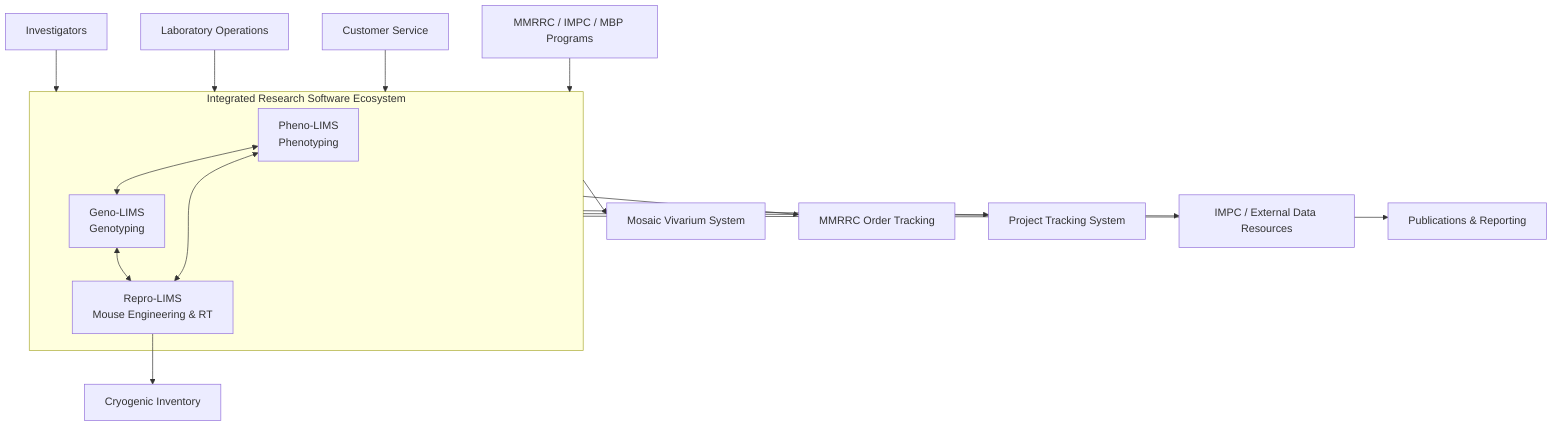
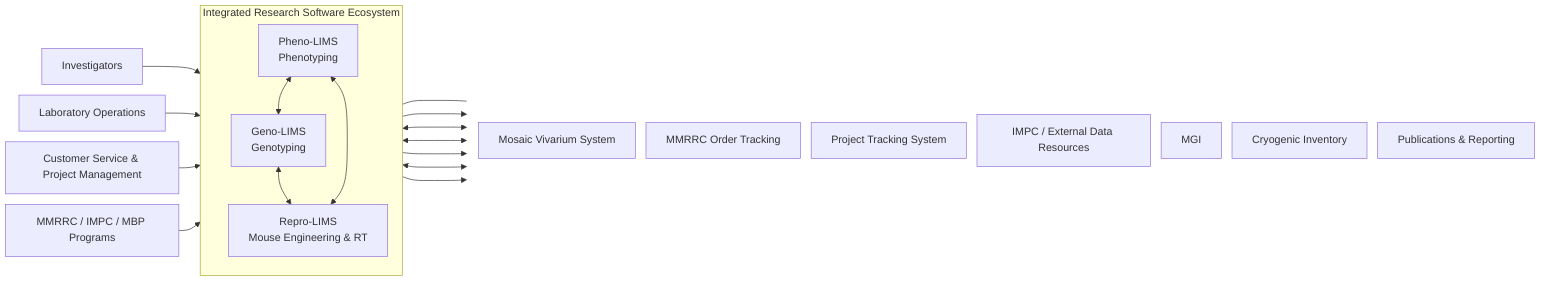

- flowchart TB
+ %%{init: {"flowchart": {"nodeSpacing": 16, "rankSpacing": 32}} }%%
+ flowchart LR

%% Users
    Investigators[Investigators]
    Operations[Laboratory Operations]
-     CustomerService[Customer Service]
+     CustomerService[Customer Service & Project Management]
    Consortium[MMRRC / IMPC / MBP Programs]

%% Core systems
    subgraph Core["Integrated Research Software Ecosystem"]
+         direction TB
        Pheno[Pheno-LIMS\nPhenotyping]
        Geno[Geno-LIMS\nGenotyping]
        Repro[Repro-LIMS\nMouse Engineering & RT]
    end

%% External systems
-     Mosaic[Mosaic Vivarium System]
-     OTS[MMRRC Order Tracking]
-     PTS[Project Tracking System]
-     DCC[IMPC / External Data Resources]
-     Cryo[Cryogenic Inventory]
-     Publications[Publications & Reporting]
+     subgraph External[" "]
+         direction TB
+         Mosaic[Mosaic Vivarium System]
+         OTS[MMRRC Order Tracking]
+         PTS[Project Tracking System]
+         DCC[IMPC / External Data Resources]
+         MGI[MGI]
+         Cryo[Cryogenic Inventory]
+         Publications[Publications & Reporting]
+     end

%% User interactions
    Investigators --> Core
    Operations --> Core
    CustomerService --> Core
    Consortium --> Core

%% Internal interactions
    Pheno <--> Geno
    Geno <--> Repro
    Repro <--> Pheno

%% External integrations
-     Core --> Mosaic
-     Core --> OTS
+     Core <--> Mosaic
+     Core <--> OTS
    Core --> PTS
-     Core --> DCC
+     Core <--> DCC
+     Repro <---- MGI
    Repro --> Cryo
-     Core --> Publications+     Core --> Publications
+ 
+     style External fill:none,stroke:none
